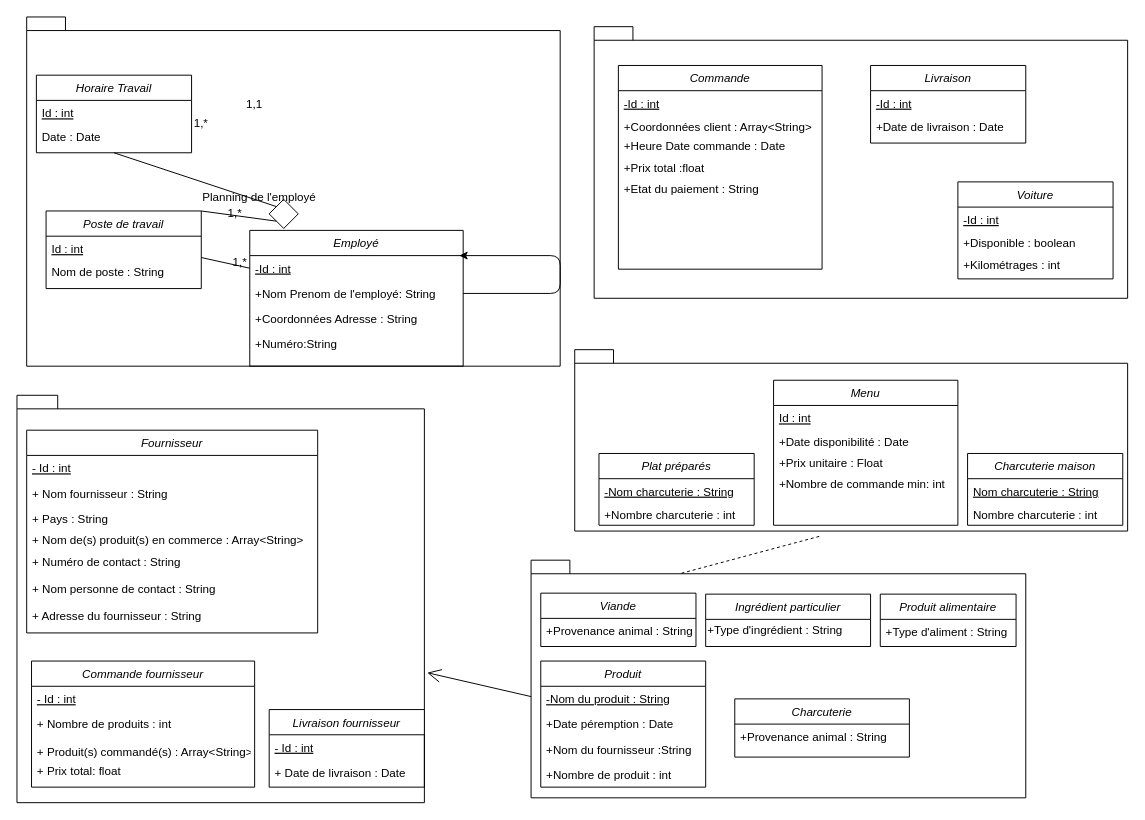
The draw.io diagram diagramme_classe_package.drawio in NHatim/aca, before the edit. Source tidied: cells renumbered, new cells numbered last; positions are measured from the earlier drawing's top-left corner, leaving out a move shared by most shapes. Both pictures are drawn from the tidied source at 97%, with x=0, y=0 at pixel (16, 16).
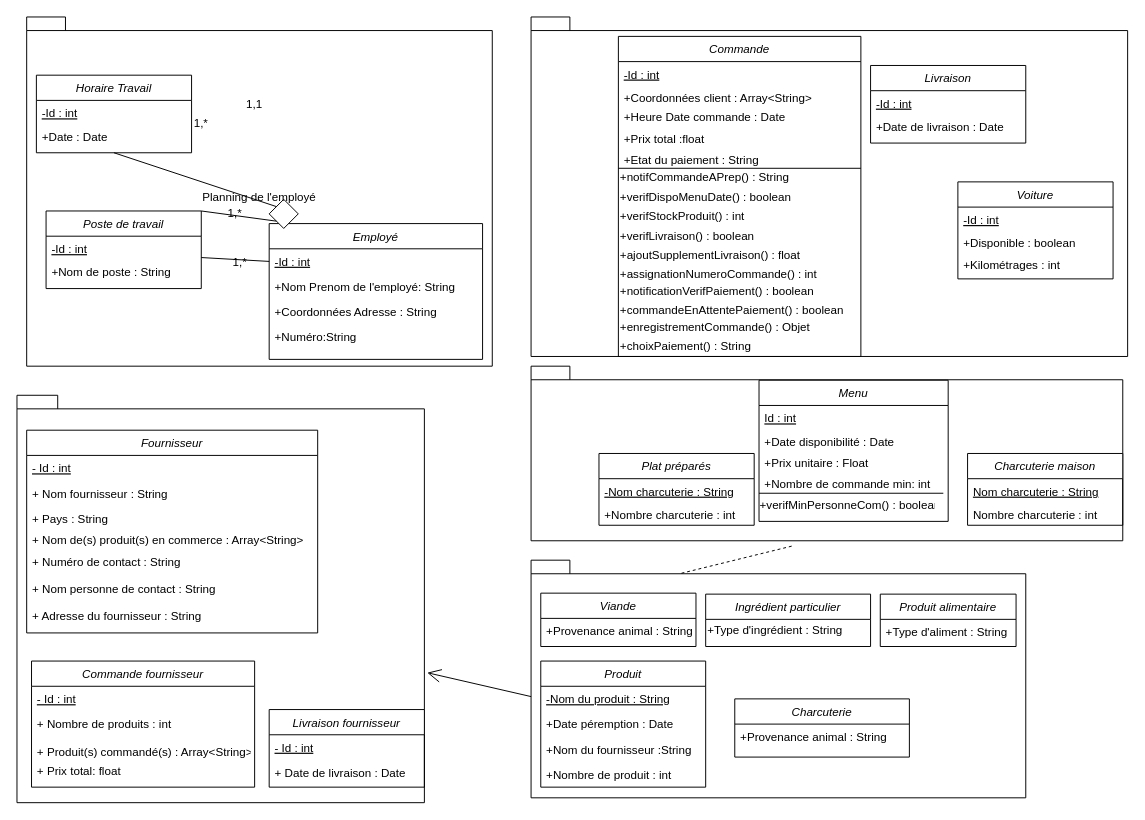
After the change.

Unchanged cells that the change refers to:
```xml
<mxCell id="26" value="-Id : int" style="text;align=left;verticalAlign=top;spacingLeft=4;spacingRight=4;overflow=hidden;points=[[0,0.5],[1,0.5]];portConstraint=eastwest;fontStyle=4;" parent="25" vertex="1">
  <mxGeometry y="26" width="220" height="26" as="geometry" />
</mxCell>
<mxCell id="27" value="+Nom Prenom de l'employé: String" style="text;align=left;verticalAlign=top;spacingLeft=4;spacingRight=4;overflow=hidden;points=[[0,0.5],[1,0.5]];portConstraint=eastwest;" parent="25" vertex="1">
  <mxGeometry y="52" width="220" height="26" as="geometry" />
</mxCell>
<mxCell id="66" value="Horaire Travail" style="swimlane;fontStyle=2;align=center;verticalAlign=top;horizontal=1;startSize=26;rounded=0;shadow=0;strokeWidth=1;" parent="1" vertex="1">
  <mxGeometry x="20" y="60" width="160" height="80" as="geometry" />
</mxCell>
<mxCell id="69" value="Poste de travail" style="swimlane;fontStyle=2;align=center;verticalAlign=top;horizontal=1;startSize=26;rounded=0;shadow=0;strokeWidth=1;" parent="1" vertex="1">
  <mxGeometry x="30" y="200" width="160" height="80" as="geometry" />
</mxCell>
```

The edit, as a diff of the source:
```diff
@@
     <mxCell id="2" style="shape=folder;fontStyle=1;spacingTop=10;tabWidth=40;tabHeight=14;tabPosition=left;html=1;" parent="1" vertex="1">
-      <mxGeometry x="10" width="550" height="360" as="geometry" />
+      <mxGeometry x="10" width="480" height="360" as="geometry" />
     </mxCell>
     <mxCell id="3" style="shape=folder;fontStyle=1;spacingTop=10;tabWidth=40;tabHeight=14;tabPosition=left;html=1;" parent="1" vertex="1">
-      <mxGeometry x="595" y="10" width="550" height="280" as="geometry" />
+      <mxGeometry x="530" width="615" height="350" as="geometry" />
     </mxCell>
     <mxCell id="4" style="shape=folder;fontStyle=1;spacingTop=10;tabWidth=40;tabHeight=14;tabPosition=left;html=1;" parent="1" vertex="1">
-      <mxGeometry x="575" y="343" width="570" height="187" as="geometry" />
+      <mxGeometry x="530" y="360" width="610" height="180" as="geometry" />
     </mxCell>
@@
     <mxCell id="25" value="Employé" style="swimlane;fontStyle=2;align=center;verticalAlign=top;horizontal=1;startSize=26;rounded=0;shadow=0;strokeWidth=1;" parent="1" vertex="1">
-      <mxGeometry x="240" y="220" width="220" height="140" as="geometry" />
+      <mxGeometry x="260" y="213" width="220" height="140" as="geometry" />
     </mxCell>
@@
-    <mxCell id="28" style="endArrow=classic;html=1;entryX=0.982;entryY=0;entryDx=0;entryDy=0;exitX=1;exitY=0.5;exitDx=0;exitDy=0;entryPerimeter=0;" parent="25" edge="1" source="27" target="26">
-      <mxGeometry relative="1" as="geometry">
-        <Array as="points">
-          <mxPoint x="320" y="65" />
-          <mxPoint x="320" y="26" />
-        </Array>
-      </mxGeometry>
-    </mxCell>
@@
     <mxCell id="45" value="Commande" style="swimlane;fontStyle=2;align=center;verticalAlign=top;horizontal=1;startSize=26;rounded=0;shadow=0;strokeWidth=1;" parent="1" vertex="1">
-      <mxGeometry x="620" y="50" width="210" height="210" as="geometry" />
+      <mxGeometry x="620" y="20" width="250" height="330" as="geometry" />
     </mxCell>
     <mxCell id="46" value="-Id : int" style="text;align=left;verticalAlign=top;spacingLeft=4;spacingRight=4;overflow=hidden;fontStyle=4;" parent="45" vertex="1">
-      <mxGeometry y="26" width="210" height="24" as="geometry" />
+      <mxGeometry y="26" width="250" height="24" as="geometry" />
     </mxCell>
     <mxCell id="47" value="+Coordonnées client : Array&lt;String&gt;" style="text;align=left;verticalAlign=top;spacingLeft=4;spacingRight=4;overflow=hidden;" parent="45" vertex="1">
-      <mxGeometry y="50" width="210" height="20" as="geometry" />
+      <mxGeometry y="50" width="250" height="20" as="geometry" />
     </mxCell>
     <mxCell id="48" value="+Heure Date commande : Date" style="text;align=left;verticalAlign=top;spacingLeft=4;spacingRight=4;overflow=hidden;" parent="45" vertex="1">
-      <mxGeometry y="70" width="210" height="22" as="geometry" />
+      <mxGeometry y="70" width="250" height="22" as="geometry" />
     </mxCell>
     <mxCell id="49" value="+Prix total :float" style="text;align=left;verticalAlign=top;spacingLeft=4;spacingRight=4;overflow=hidden;" parent="45" vertex="1">
-      <mxGeometry y="92" width="210" height="22" as="geometry" />
+      <mxGeometry y="92" width="250" height="22" as="geometry" />
     </mxCell>
     <mxCell id="50" value="+Etat du paiement : String" style="text;align=left;verticalAlign=top;spacingLeft=4;spacingRight=4;overflow=hidden;points=[[0,0.5],[1,0.5]];portConstraint=eastwest;" parent="45" vertex="1">
-      <mxGeometry y="114" width="210" height="22" as="geometry" />
+      <mxGeometry y="114" width="250" height="22" as="geometry" />
     </mxCell>
+    <mxCell id="84" style="endArrow=none;html=1;entryX=1;entryY=1;entryDx=0;entryDy=0;entryPerimeter=0;" parent="45" edge="1" target="50">
+      <mxGeometry relative="1" as="geometry">
+        <mxPoint y="136" as="sourcePoint" />
+      </mxGeometry>
+    </mxCell>
     <mxCell id="51" value="Menu" style="swimlane;fontStyle=2;align=center;verticalAlign=top;horizontal=1;startSize=26;rounded=0;shadow=0;strokeWidth=1;" parent="1" vertex="1">
-      <mxGeometry x="780" y="374.5" width="190" height="149.5" as="geometry" />
+      <mxGeometry x="765" y="374.5" width="195" height="145.5" as="geometry" />
     </mxCell>
     <mxCell id="52" value="Id : int" style="text;align=left;verticalAlign=top;spacingLeft=4;spacingRight=4;overflow=hidden;fontStyle=4;" parent="51" vertex="1">
-      <mxGeometry y="26" width="190" height="24" as="geometry" />
+      <mxGeometry y="26" width="195" height="24" as="geometry" />
     </mxCell>
     <mxCell id="53" value="+Date disponibilité : Date" style="text;align=left;verticalAlign=top;spacingLeft=4;spacingRight=4;overflow=hidden;" parent="51" vertex="1">
-      <mxGeometry y="50" width="190" height="22" as="geometry" />
+      <mxGeometry y="50" width="195" height="22" as="geometry" />
     </mxCell>
     <mxCell id="54" value="+Prix unitaire : Float" style="text;align=left;verticalAlign=top;spacingLeft=4;spacingRight=4;overflow=hidden;" parent="51" vertex="1">
-      <mxGeometry y="72" width="190" height="22" as="geometry" />
+      <mxGeometry y="72" width="195" height="22" as="geometry" />
     </mxCell>
     <mxCell id="55" value="+Nombre de commande min: int" style="text;align=left;verticalAlign=top;spacingLeft=4;spacingRight=4;overflow=hidden;" parent="51" vertex="1">
-      <mxGeometry y="94" width="190" height="22" as="geometry" />
+      <mxGeometry y="94" width="195" height="22" as="geometry" />
     </mxCell>
+    <mxCell id="85" style="endArrow=none;html=1;" parent="51" edge="1">
+      <mxGeometry relative="1" as="geometry">
+        <mxPoint y="116.5" as="sourcePoint" />
+        <mxPoint x="190" y="116.5" as="targetPoint" />
+      </mxGeometry>
+    </mxCell>
@@
-    <mxCell id="67" value="Id : int" style="text;align=left;verticalAlign=top;spacingLeft=4;spacingRight=4;overflow=hidden;fontStyle=4;" parent="66" vertex="1">
+    <mxCell id="67" value="-Id : int" style="text;align=left;verticalAlign=top;spacingLeft=4;spacingRight=4;overflow=hidden;fontStyle=4;" parent="66" vertex="1">
       <mxGeometry y="26" width="160" height="24" as="geometry" />
     </mxCell>
-    <mxCell id="68" value="Date : Date" style="text;align=left;verticalAlign=top;spacingLeft=4;spacingRight=4;overflow=hidden;" parent="66" vertex="1">
+    <mxCell id="68" value="+Date : Date" style="text;align=left;verticalAlign=top;spacingLeft=4;spacingRight=4;overflow=hidden;" parent="66" vertex="1">
       <mxGeometry y="50" width="160" height="22" as="geometry" />
     </mxCell>
@@
-    <mxCell id="70" value="Id : int" style="text;align=left;verticalAlign=top;spacingLeft=4;spacingRight=4;overflow=hidden;fontStyle=4;" parent="69" vertex="1">
+    <mxCell id="70" value="-Id : int" style="text;align=left;verticalAlign=top;spacingLeft=4;spacingRight=4;overflow=hidden;fontStyle=4;" parent="69" vertex="1">
       <mxGeometry y="26" width="160" height="24" as="geometry" />
     </mxCell>
-    <mxCell id="71" value="Nom de poste : String" style="text;align=left;verticalAlign=top;spacingLeft=4;spacingRight=4;overflow=hidden;points=[[0,0.5],[1,0.5]];portConstraint=eastwest;" parent="69" vertex="1">
+    <mxCell id="71" value="+Nom de poste : String" style="text;align=left;verticalAlign=top;spacingLeft=4;spacingRight=4;overflow=hidden;points=[[0,0.5],[1,0.5]];portConstraint=eastwest;" parent="69" vertex="1">
       <mxGeometry y="50" width="160" height="22" as="geometry" />
     </mxCell>
@@
+    <mxCell id="86" value="+verifDispoMenuDate() : boolean" style="text;html=1;strokeColor=none;fillColor=none;align=left;verticalAlign=middle;whiteSpace=wrap;rounded=0;" parent="1" vertex="1">
+      <mxGeometry x="620" y="176" width="210" height="20" as="geometry" />
+    </mxCell>
+    <mxCell id="87" value="+verifStockProduit() : int" style="text;html=1;strokeColor=none;fillColor=none;align=left;verticalAlign=middle;whiteSpace=wrap;rounded=0;" parent="1" vertex="1">
+      <mxGeometry x="620" y="196" width="210" height="20" as="geometry" />
+    </mxCell>
+    <mxCell id="88" value="+verifLivraison() : boolean" style="text;html=1;strokeColor=none;fillColor=none;align=left;verticalAlign=middle;whiteSpace=wrap;rounded=0;" parent="1" vertex="1">
+      <mxGeometry x="620" y="216" width="210" height="20" as="geometry" />
+    </mxCell>
+    <mxCell id="89" value="+ajoutSupplementLivraison() : float" style="text;html=1;strokeColor=none;fillColor=none;align=left;verticalAlign=middle;whiteSpace=wrap;rounded=0;" parent="1" vertex="1">
+      <mxGeometry x="620" y="236" width="210" height="20" as="geometry" />
+    </mxCell>
+    <mxCell id="90" value="+assignationNumeroCommande() : int" style="text;html=1;strokeColor=none;fillColor=none;align=left;verticalAlign=middle;whiteSpace=wrap;rounded=0;" parent="1" vertex="1">
+      <mxGeometry x="620" y="256" width="240" height="20" as="geometry" />
+    </mxCell>
+    <mxCell id="91" value="+notificationVerifPaiement() : boolean" style="text;html=1;strokeColor=none;fillColor=none;align=left;verticalAlign=middle;whiteSpace=wrap;rounded=0;" parent="1" vertex="1">
+      <mxGeometry x="620" y="273" width="240" height="20" as="geometry" />
+    </mxCell>
+    <mxCell id="92" value="+&lt;span style=&quot;background-color: rgb(255 , 255 , 255)&quot;&gt;commandeEnAttentePaiement&lt;/span&gt;() : boolean" style="text;html=1;strokeColor=none;fillColor=none;align=left;verticalAlign=middle;whiteSpace=wrap;rounded=0;" parent="1" vertex="1">
+      <mxGeometry x="620" y="293" width="240" height="20" as="geometry" />
+    </mxCell>
+    <mxCell id="93" value="+&lt;span style=&quot;background-color: rgb(255 , 255 , 255)&quot;&gt;enregistrementCommande&lt;/span&gt;() : Objet" style="text;html=1;strokeColor=none;fillColor=none;align=left;verticalAlign=middle;whiteSpace=wrap;rounded=0;" parent="1" vertex="1">
+      <mxGeometry x="620" y="310" width="240" height="20" as="geometry" />
+    </mxCell>
+    <mxCell id="94" value="+verifMinPersonneCom() : boolean" style="text;align=left;verticalAlign=top;spacingLeft=4;spacingRight=4;overflow=hidden;" parent="1" vertex="1">
+      <mxGeometry x="760" y="490" width="190" height="22" as="geometry" />
+    </mxCell>
+    <mxCell id="95" value="+notifCommandeAPrep() : String" style="text;html=1;strokeColor=none;fillColor=none;align=left;verticalAlign=middle;whiteSpace=wrap;rounded=0;" parent="1" vertex="1">
+      <mxGeometry x="620" y="156" width="210" height="20" as="geometry" />
+    </mxCell>
+    <mxCell id="96" value="+&lt;span style=&quot;background-color: rgb(255 , 255 , 255)&quot;&gt;choixPaiement&lt;/span&gt;() : String" style="text;html=1;strokeColor=none;fillColor=none;align=left;verticalAlign=middle;whiteSpace=wrap;rounded=0;" parent="1" vertex="1">
+      <mxGeometry x="620" y="330" width="240" height="20" as="geometry" />
+    </mxCell>
```
